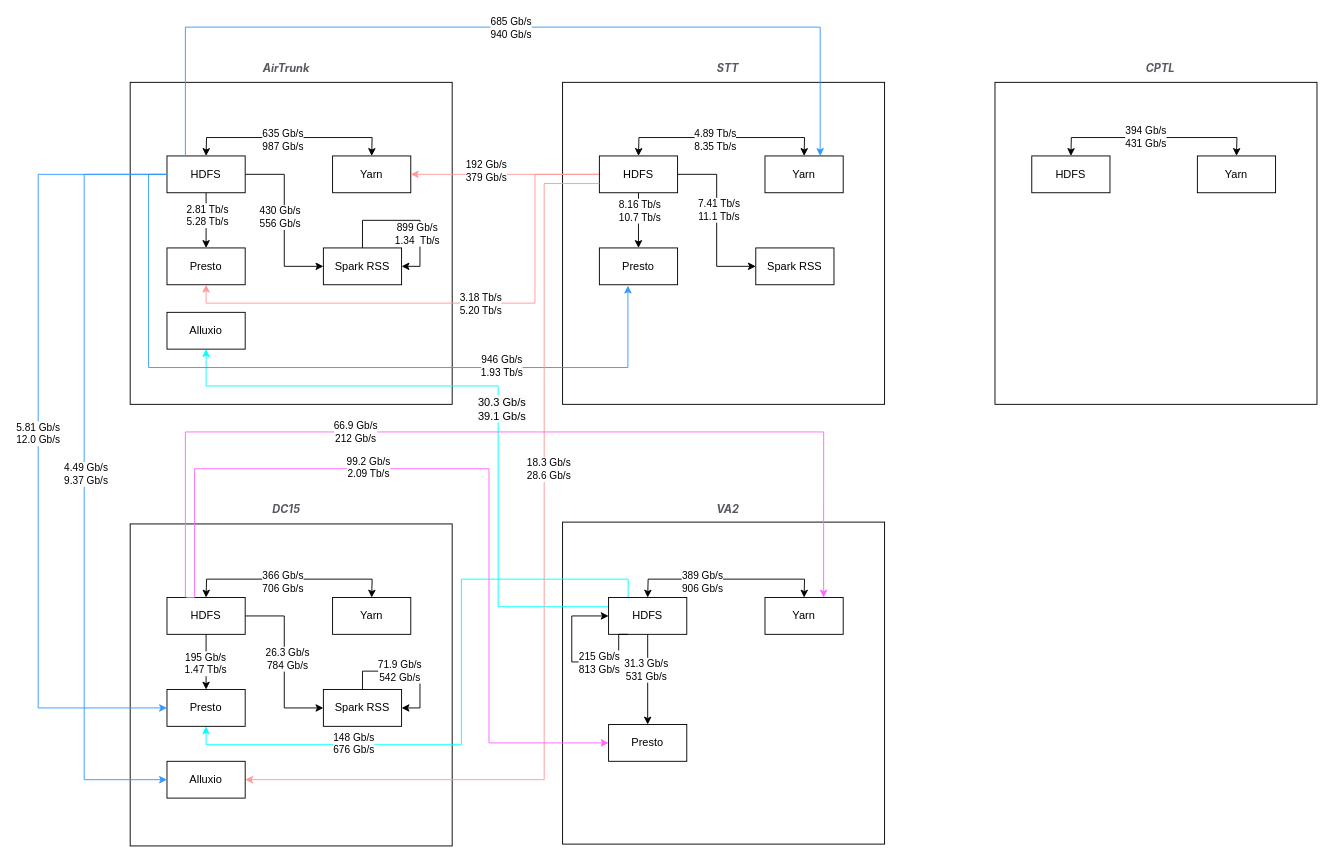
The draw.io diagram module_high_traffic.drawio in pretendhigh/diagrams, before the edit. Source tidied: cells renumbered, new cells numbered last; positions are measured from the earlier drawing's top-left corner, leaving out a move shared by most shapes. Both pictures are drawn from the tidied source at 92%, with x=0, y=0 at pixel (38, 27).
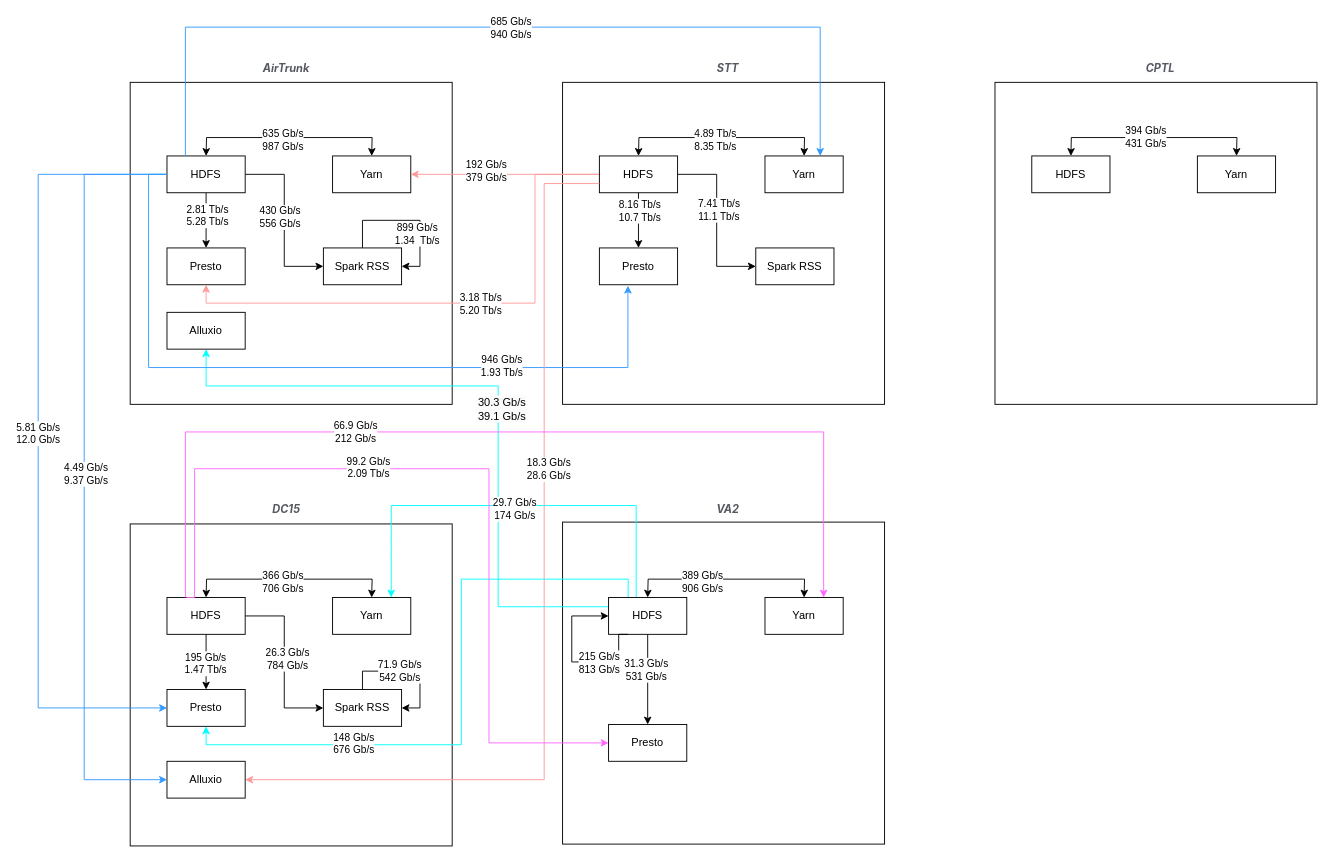
The same diagram, later.

The change refers to these unchanged cells:
```xml
<mxCell id="39" value="Yarn" style="rounded=0;whiteSpace=wrap;html=1;" parent="1" vertex="1">
  <mxGeometry x="320" y="620" width="85" height="40" as="geometry" />
</mxCell>
<mxCell id="53" value="HDFS" style="rounded=0;whiteSpace=wrap;html=1;" parent="1" vertex="1">
  <mxGeometry x="620" y="620" width="85" height="40" as="geometry" />
</mxCell>
```

Change to the diagram source:
```diff
@@
+    <mxCell id="83" style="edgeStyle=orthogonalEdgeStyle;rounded=0;jettySize=auto;html=1;entryX=0.75;entryY=0;entryDx=0;entryDy=0;strokeColor=#00FFFF;" parent="1" edge="1" source="53" target="39">
+      <mxGeometry relative="1" as="geometry">
+        <Array as="points">
+          <mxPoint x="650" y="520" />
+          <mxPoint x="384" y="520" />
+        </Array>
+      </mxGeometry>
+    </mxCell>
+    <mxCell id="84" value="29.7 Gb/s&lt;div&gt;174 Gb/s&lt;/div&gt;" style="edgeLabel;html=1;align=center;verticalAlign=middle;" parent="83" vertex="1">
+      <mxGeometry y="3" relative="1" as="geometry" />
+    </mxCell>
```
